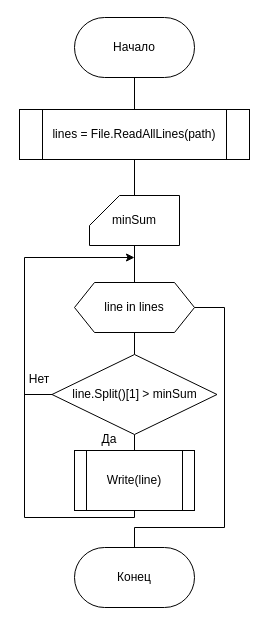
The draw.io diagram schemas/lab5.drawio in reddiridabl666/ICS6-C-Sharp, before the edit. Source tidied: cells renumbered, new cells numbered last; positions are measured from the earlier drawing's top-left corner, leaving out a move shared by most shapes. Both pictures are drawn from the tidied source at 100%, with x=0, y=0 at pixel (19, 17).
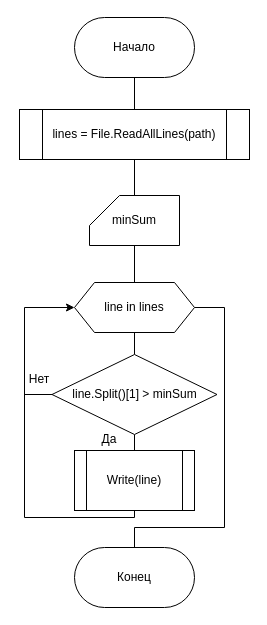
The same diagram, later.

The change refers to these unchanged cells:
```xml
<mxCell id="10" value="line in lines" style="shape=hexagon;perimeter=hexagonPerimeter2;whiteSpace=wrap;html=1;fixedSize=1;" parent="1" vertex="1">
  <mxGeometry x="55" y="265" width="120" height="50" as="geometry" />
</mxCell>
<mxCell id="13" value="line.Split()[1] &amp;gt; minSum" style="rhombus;whiteSpace=wrap;html=1;" parent="1" vertex="1">
  <mxGeometry x="32.5" y="337" width="165" height="80" as="geometry" />
</mxCell>
```

What changed in the source:
```diff
@@
-    <mxCell id="12" style="edgeStyle=orthogonalEdgeStyle;rounded=0;jettySize=auto;html=1;exitX=0;exitY=0.5;exitDx=0;exitDy=0;" parent="1" edge="1" source="13">
+    <mxCell id="12" style="edgeStyle=orthogonalEdgeStyle;rounded=0;jettySize=auto;html=1;exitX=0;exitY=0.5;exitDx=0;exitDy=0;entryX=0;entryY=0.5;entryDx=0;entryDy=0;" parent="1" edge="1" source="13" target="10">
       <mxGeometry relative="1" as="geometry">
-        <mxPoint x="115" y="240" as="targetPoint" />
         <Array as="points">
           <mxPoint x="5" y="377" />
-          <mxPoint x="5" y="240" />
+          <mxPoint x="5" y="290" />
         </Array>
       </mxGeometry>
     </mxCell>
```
